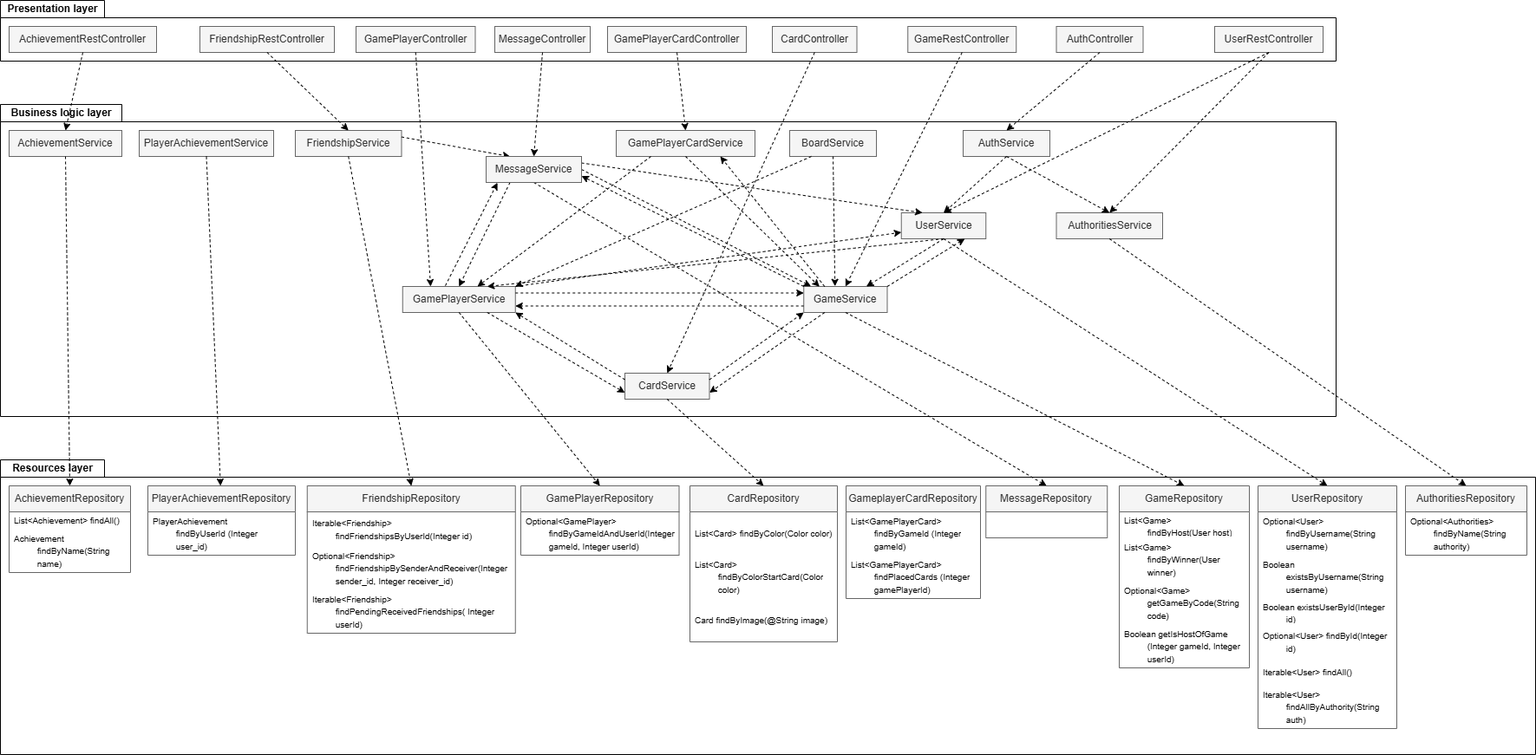
Above: docs/diagrams/LayersDiagramv3.png in domingoruizb/EndOfLine (draw.io), before the change. Source tidied: cells renumbered, new cells last; positions are measured from the earlier drawing's top-left corner, leaving out a move shared by most shapes.
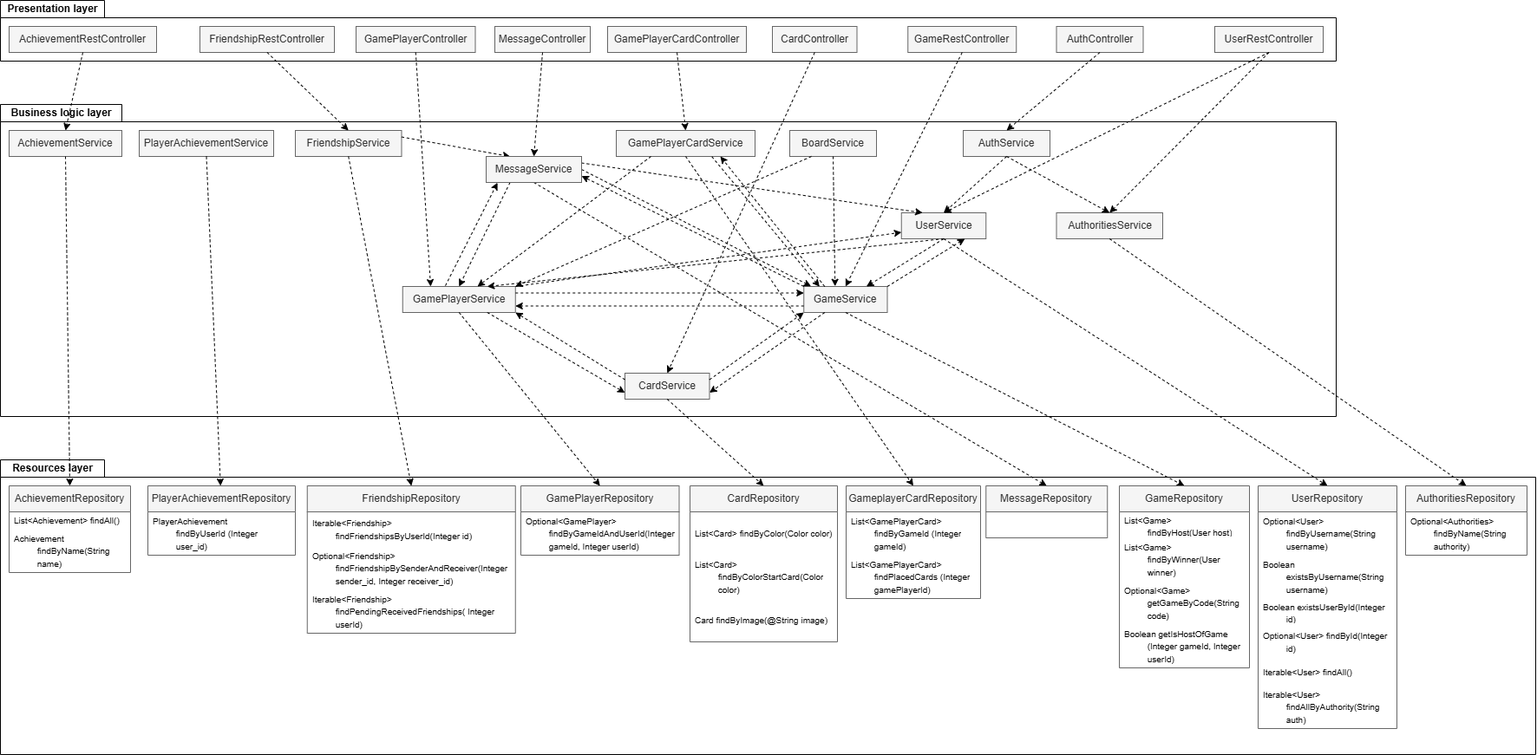
The same file after the commit.

Commit message:
Layers diagram corrected

Change to the diagram source:
```diff
@@ -281,7 +281,7 @@
         <mxPoint x="550" y="330" as="targetPoint" />
       </mxGeometry>
     </mxCell>
-    <mxCell id="93" style="html=1;labelBackgroundColor=#ffffff;startArrow=none;startFill=0;startSize=6;endArrow=classic;endFill=1;endSize=6;jettySize=auto;strokeWidth=1;dashed=1;fontSize=14;rounded=0;exitX=0.5;exitY=1;exitDx=0;exitDy=0;entryX=0.188;entryY=0.006;entryDx=0;entryDy=0;entryPerimeter=0;" parent="1" edge="1" source="85" target="16">
+    <mxCell id="93" style="html=1;labelBackgroundColor=#ffffff;startArrow=none;startFill=0;startSize=6;endArrow=classic;endFill=1;endSize=6;jettySize=auto;strokeWidth=1;dashed=1;fontSize=14;rounded=0;exitX=0.689;exitY=1.008;exitDx=0;exitDy=0;entryX=0.188;entryY=0.006;entryDx=0;entryDy=0;entryPerimeter=0;exitPerimeter=0;" parent="1" edge="1" source="85" target="16">
       <mxGeometry relative="1" as="geometry" />
     </mxCell>
     <mxCell id="94" style="html=1;labelBackgroundColor=#ffffff;startArrow=none;startFill=0;startSize=6;endArrow=classic;endFill=1;endSize=6;jettySize=auto;strokeWidth=1;dashed=1;fontSize=14;rounded=0;exitX=0.25;exitY=0;exitDx=0;exitDy=0;entryX=0.75;entryY=1;entryDx=0;entryDy=0;" parent="1" edge="1" source="16" target="85">
@@ -314,5 +314,8 @@
     <mxCell id="103" value="&lt;span style=&quot;font-size: 10px;&quot;&gt;List&amp;lt;GamePlayerCard&amp;gt;&lt;/span&gt;&lt;div&gt;&lt;span style=&quot;font-size: 10px;&quot;&gt;&lt;span style=&quot;white-space: pre;&quot;&gt;&#9;&lt;/span&gt;findPlacedCards (Integer&lt;/span&gt;&lt;div&gt;&lt;span style=&quot;font-size: 10px;&quot;&gt;&lt;span style=&quot;white-space: pre;&quot;&gt;&#9;&lt;/span&gt;gamePlayerId)&lt;/span&gt;&lt;/div&gt;&lt;/div&gt;" style="text;strokeColor=none;fillColor=none;align=left;verticalAlign=middle;spacingLeft=4;spacingRight=4;overflow=hidden;whiteSpace=wrap;html=1;" parent="101" vertex="1">
       <mxGeometry y="80" width="155" height="50" as="geometry" />
     </mxCell>
+    <mxCell id="104" style="html=1;labelBackgroundColor=#ffffff;startArrow=none;startFill=0;startSize=6;endArrow=classic;endFill=1;endSize=6;jettySize=auto;strokeWidth=1;dashed=1;fontSize=14;rounded=0;exitX=0.5;exitY=1;exitDx=0;exitDy=0;entryX=0.5;entryY=0;entryDx=0;entryDy=0;" parent="1" edge="1" source="85" target="101">
+      <mxGeometry relative="1" as="geometry" />
+    </mxCell>
   </root>
 </mxGraphModel>
```
